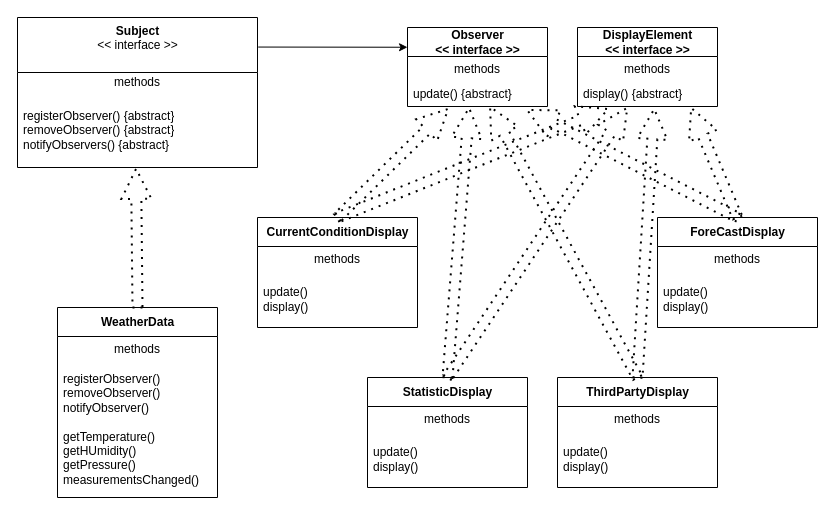
alexbigkid/dp_exercises keeps this draw.io diagram as chapter_02/chapter_02_observer_dp.drawio. Above is the earlier version. Source tidied: cells renumbered, new cells numbered last; positions are measured from the earlier drawing's top-left corner, leaving out a move shared by most shapes. Both pictures are drawn from the tidied source at 100%, with x=0, y=0 at pixel (17, 17).
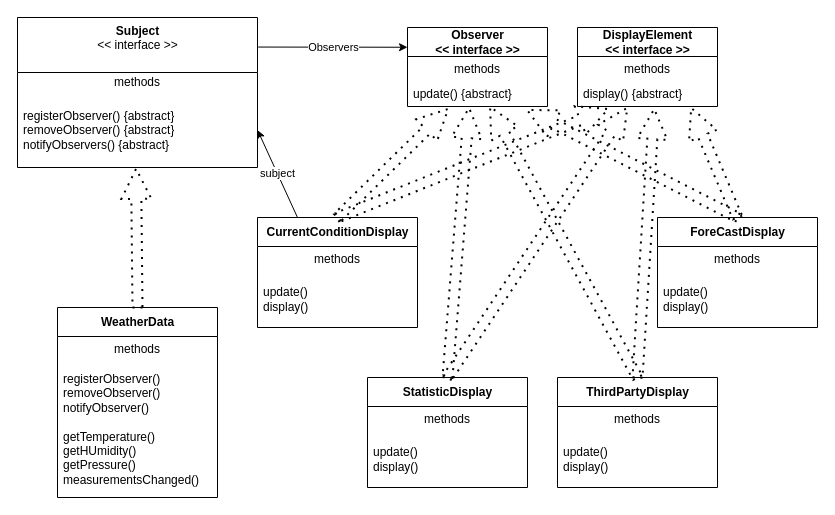
The same diagram, later.

Commit message:
d chapter_02: updated drawing

Unchanged cells that the change refers to:
```xml
<mxCell id="2" value="&lt;b&gt;Subject&lt;/b&gt;&lt;br&gt;&amp;lt;&amp;lt; interface &amp;gt;&amp;gt;" style="swimlane;fontStyle=0;align=center;verticalAlign=top;horizontal=1;startSize=55;html=1;" parent="1" vertex="1">
  <mxGeometry width="240" height="150" as="geometry" />
</mxCell>
<mxCell id="4" value="registerObserver() {abstract}&lt;br&gt;removeObserver() {abstract}&lt;br&gt;notifyObservers() {abstract}" style="text;html=1;strokeColor=none;fillColor=none;align=left;verticalAlign=middle;spacingLeft=4;spacingRight=4;overflow=hidden;points=[[0,0.5],[1,0.5]];portConstraint=eastwest;" parent="2" vertex="1">
  <mxGeometry y="75" width="240" height="75" as="geometry" />
</mxCell>
<mxCell id="11" value="Observer&lt;br&gt;&amp;lt;&amp;lt; interface &amp;gt;&amp;gt;" style="swimlane;fontStyle=1;align=center;verticalAlign=middle;horizontal=1;startSize=29;html=1;" parent="1" vertex="1">
  <mxGeometry x="390" y="10" width="140" height="79" as="geometry" />
</mxCell>
<mxCell id="14" value="CurrentConditionDisplay" style="swimlane;fontStyle=1;align=center;verticalAlign=middle;horizontal=1;startSize=29;html=1;" parent="1" vertex="1">
  <mxGeometry x="240" y="200" width="160" height="110" as="geometry" />
</mxCell>
```

Change to the diagram source:
```diff
@@
-    <mxCell id="17" style="endArrow=classic;html=1;exitX=1.003;exitY=0.197;exitDx=0;exitDy=0;entryX=0;entryY=0.25;entryDx=0;entryDy=0;exitPerimeter=0;" parent="1" edge="1" source="2" target="11">
+    <mxCell id="17" value="Observers&lt;br&gt;" style="endArrow=classic;html=1;exitX=1.003;exitY=0.197;exitDx=0;exitDy=0;entryX=0;entryY=0.25;entryDx=0;entryDy=0;exitPerimeter=0;" parent="1" edge="1" source="2" target="11">
       <mxGeometry relative="1" as="geometry" />
     </mxCell>
@@
+    <mxCell id="36" value="subject&lt;br&gt;" style="endArrow=classic;html=1;exitX=0.25;exitY=0;exitDx=0;exitDy=0;entryX=1;entryY=0.5;entryDx=0;entryDy=0;" parent="1" edge="1" source="14" target="4">
+      <mxGeometry relative="1" as="geometry" />
+    </mxCell>
```
